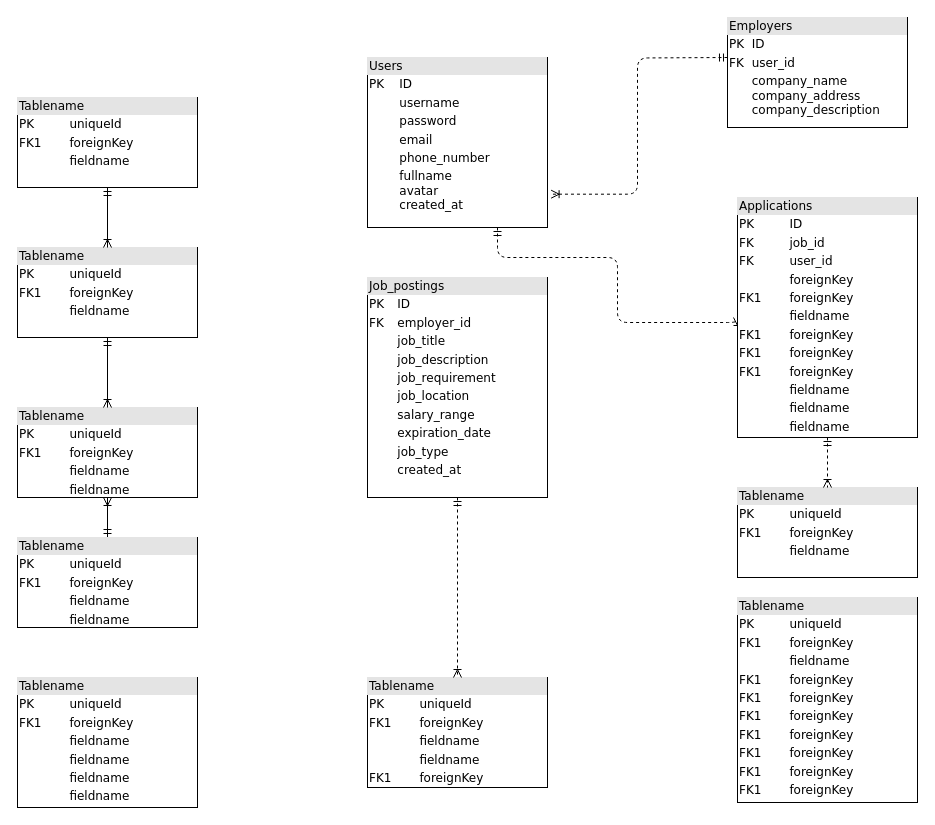
Before: Biểu đồ không có tiêu đề.drawio in maihoang123/test, a draw.io diagram. Source tidied: cells renumbered, new cells numbered last; positions are measured from the earlier drawing's top-left corner, leaving out a move shared by most shapes. Both pictures are drawn from the tidied source at 100%, with x=0, y=0 at pixel (17, 17).
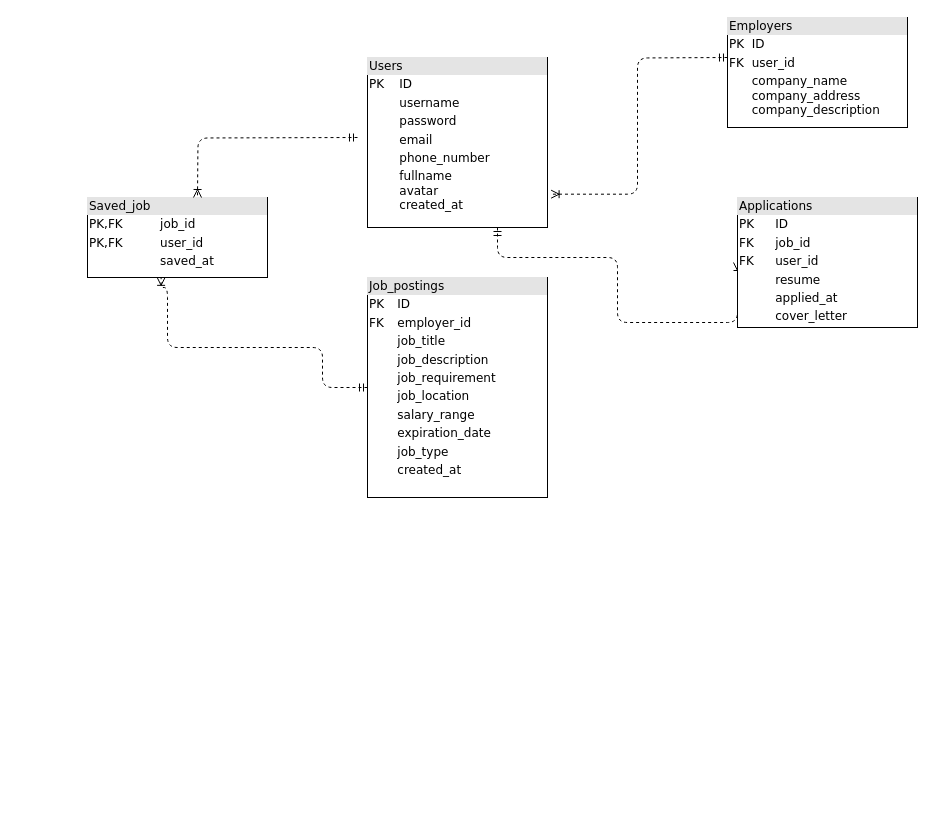
After the change.

Commit message:
Cập nhật Biểu đồ không có tiêu đề.drawio

Unchanged cells that the change refers to:
```xml
<mxCell id="13" value="&lt;div style=&quot;box-sizing: border-box ; width: 100% ; background: #e4e4e4 ; padding: 2px&quot;&gt;Job_postings&lt;/div&gt;&lt;table style=&quot;width: 100% ; font-size: 1em&quot; cellpadding=&quot;2&quot; cellspacing=&quot;0&quot;&gt;&lt;tbody&gt;&lt;tr&gt;&lt;td&gt;PK&lt;/td&gt;&lt;td&gt;ID&lt;/td&gt;&lt;/tr&gt;&lt;tr&gt;&lt;td&gt;FK&lt;/td&gt;&lt;td&gt;employer_id&lt;/td&gt;&lt;/tr&gt;&lt;tr&gt;&lt;td&gt;&lt;/td&gt;&lt;td&gt;job_title&lt;/td&gt;&lt;/tr&gt;&lt;tr&gt;&lt;td&gt;&lt;br&gt;&lt;/td&gt;&lt;td&gt;job_description&lt;br&gt;&lt;/td&gt;&lt;/tr&gt;&lt;tr&gt;&lt;td&gt;&lt;br&gt;&lt;/td&gt;&lt;td&gt;job_requirement&lt;br&gt;&lt;/td&gt;&lt;/tr&gt;&lt;tr&gt;&lt;td&gt;&lt;br&gt;&lt;/td&gt;&lt;td&gt;job_location&lt;br&gt;&lt;/td&gt;&lt;/tr&gt;&lt;tr&gt;&lt;td&gt;&lt;br&gt;&lt;/td&gt;&lt;td&gt;salary_range&lt;br&gt;&lt;/td&gt;&lt;/tr&gt;&lt;tr&gt;&lt;td&gt;&lt;br&gt;&lt;/td&gt;&lt;td&gt;expiration_date&lt;/td&gt;&lt;/tr&gt;&lt;tr&gt;&lt;td&gt;&lt;br&gt;&lt;/td&gt;&lt;td&gt;job_type&lt;br&gt;&lt;/td&gt;&lt;/tr&gt;&lt;tr&gt;&lt;td&gt;&lt;br&gt;&lt;/td&gt;&lt;td&gt;created_at&lt;/td&gt;&lt;/tr&gt;&lt;tr&gt;&lt;td&gt;&lt;br&gt;&lt;/td&gt;&lt;td&gt;&lt;br&gt;&lt;/td&gt;&lt;/tr&gt;&lt;tr&gt;&lt;td&gt;&lt;br&gt;&lt;/td&gt;&lt;td&gt;&lt;br&gt;&lt;/td&gt;&lt;/tr&gt;&lt;tr&gt;&lt;td&gt;&lt;br&gt;&lt;/td&gt;&lt;td&gt;&lt;br&gt;&lt;/td&gt;&lt;/tr&gt;&lt;tr&gt;&lt;td&gt;&lt;br&gt;&lt;/td&gt;&lt;td&gt;&lt;br&gt;&lt;/td&gt;&lt;/tr&gt;&lt;tr&gt;&lt;td&gt;&lt;br&gt;&lt;/td&gt;&lt;td&gt;&lt;br&gt;&lt;/td&gt;&lt;/tr&gt;&lt;tr&gt;&lt;td&gt;&lt;br&gt;&lt;/td&gt;&lt;td&gt;&lt;br&gt;&lt;/td&gt;&lt;/tr&gt;&lt;tr&gt;&lt;td&gt;&lt;br&gt;&lt;/td&gt;&lt;td&gt;&lt;br&gt;&lt;/td&gt;&lt;/tr&gt;&lt;/tbody&gt;&lt;/table&gt;" style="verticalAlign=top;align=left;overflow=fill;html=1;rounded=0;shadow=0;comic=0;labelBackgroundColor=none;strokeWidth=1;fontFamily=Verdana;fontSize=12;" parent="1" vertex="1">
  <mxGeometry x="350" y="260" width="180" height="220" as="geometry" />
</mxCell>
```

The edit, as a diff of the source:
```diff
@@
-    <mxCell id="2" value="&lt;div style=&quot;box-sizing:border-box;width:100%;background:#e4e4e4;padding:2px;&quot;&gt;Tablename&lt;/div&gt;&lt;table style=&quot;width:100%;font-size:1em;&quot; cellpadding=&quot;2&quot; cellspacing=&quot;0&quot;&gt;&lt;tr&gt;&lt;td&gt;PK&lt;/td&gt;&lt;td&gt;uniqueId&lt;/td&gt;&lt;/tr&gt;&lt;tr&gt;&lt;td&gt;FK1&lt;/td&gt;&lt;td&gt;foreignKey&lt;/td&gt;&lt;/tr&gt;&lt;tr&gt;&lt;td&gt;&lt;/td&gt;&lt;td&gt;fieldname&lt;/td&gt;&lt;/tr&gt;&lt;/table&gt;" style="verticalAlign=top;align=left;overflow=fill;html=1;rounded=0;shadow=0;comic=0;labelBackgroundColor=none;strokeWidth=1;fontFamily=Verdana;fontSize=12;" parent="1" vertex="1">
-      <mxGeometry y="80" width="180" height="90" as="geometry" />
-    </mxCell>
@@
-    <mxCell id="5" style="edgeStyle=orthogonalEdgeStyle;html=1;labelBackgroundColor=none;startArrow=ERmandOne;endArrow=ERoneToMany;fontFamily=Verdana;fontSize=12;align=left;" parent="1" edge="1" source="6" target="7">
-      <mxGeometry relative="1" as="geometry" />
-    </mxCell>
-    <mxCell id="6" value="&lt;div style=&quot;box-sizing: border-box ; width: 100% ; background: #e4e4e4 ; padding: 2px&quot;&gt;Tablename&lt;/div&gt;&lt;table style=&quot;width: 100% ; font-size: 1em&quot; cellpadding=&quot;2&quot; cellspacing=&quot;0&quot;&gt;&lt;tbody&gt;&lt;tr&gt;&lt;td&gt;PK&lt;/td&gt;&lt;td&gt;uniqueId&lt;/td&gt;&lt;/tr&gt;&lt;tr&gt;&lt;td&gt;FK1&lt;/td&gt;&lt;td&gt;foreignKey&lt;/td&gt;&lt;/tr&gt;&lt;tr&gt;&lt;td&gt;&lt;/td&gt;&lt;td&gt;fieldname&lt;/td&gt;&lt;/tr&gt;&lt;tr&gt;&lt;td&gt;&lt;br&gt;&lt;/td&gt;&lt;td&gt;fieldname&lt;br&gt;&lt;/td&gt;&lt;/tr&gt;&lt;/tbody&gt;&lt;/table&gt;" style="verticalAlign=top;align=left;overflow=fill;html=1;rounded=0;shadow=0;comic=0;labelBackgroundColor=none;strokeWidth=1;fontFamily=Verdana;fontSize=12;" parent="1" vertex="1">
-      <mxGeometry y="520" width="180" height="90" as="geometry" />
-    </mxCell>
-    <mxCell id="7" value="&lt;div style=&quot;box-sizing: border-box ; width: 100% ; background: #e4e4e4 ; padding: 2px&quot;&gt;Tablename&lt;/div&gt;&lt;table style=&quot;width: 100% ; font-size: 1em&quot; cellpadding=&quot;2&quot; cellspacing=&quot;0&quot;&gt;&lt;tbody&gt;&lt;tr&gt;&lt;td&gt;PK&lt;/td&gt;&lt;td&gt;uniqueId&lt;/td&gt;&lt;/tr&gt;&lt;tr&gt;&lt;td&gt;FK1&lt;/td&gt;&lt;td&gt;foreignKey&lt;/td&gt;&lt;/tr&gt;&lt;tr&gt;&lt;td&gt;&lt;/td&gt;&lt;td&gt;fieldname&lt;/td&gt;&lt;/tr&gt;&lt;tr&gt;&lt;td&gt;&lt;br&gt;&lt;/td&gt;&lt;td&gt;fieldname&lt;br&gt;&lt;/td&gt;&lt;/tr&gt;&lt;/tbody&gt;&lt;/table&gt;" style="verticalAlign=top;align=left;overflow=fill;html=1;rounded=0;shadow=0;comic=0;labelBackgroundColor=none;strokeWidth=1;fontFamily=Verdana;fontSize=12;" parent="1" vertex="1">
-      <mxGeometry y="390" width="180" height="90" as="geometry" />
-    </mxCell>
-    <mxCell id="8" style="edgeStyle=orthogonalEdgeStyle;html=1;entryX=0.5;entryY=0;labelBackgroundColor=none;startArrow=ERmandOne;endArrow=ERoneToMany;fontFamily=Verdana;fontSize=12;align=left;" parent="1" edge="1" source="9" target="7">
-      <mxGeometry relative="1" as="geometry" />
-    </mxCell>
-    <mxCell id="9" value="&lt;div style=&quot;box-sizing:border-box;width:100%;background:#e4e4e4;padding:2px;&quot;&gt;Tablename&lt;/div&gt;&lt;table style=&quot;width:100%;font-size:1em;&quot; cellpadding=&quot;2&quot; cellspacing=&quot;0&quot;&gt;&lt;tr&gt;&lt;td&gt;PK&lt;/td&gt;&lt;td&gt;uniqueId&lt;/td&gt;&lt;/tr&gt;&lt;tr&gt;&lt;td&gt;FK1&lt;/td&gt;&lt;td&gt;foreignKey&lt;/td&gt;&lt;/tr&gt;&lt;tr&gt;&lt;td&gt;&lt;/td&gt;&lt;td&gt;fieldname&lt;/td&gt;&lt;/tr&gt;&lt;/table&gt;" style="verticalAlign=top;align=left;overflow=fill;html=1;rounded=0;shadow=0;comic=0;labelBackgroundColor=none;strokeWidth=1;fontFamily=Verdana;fontSize=12;" parent="1" vertex="1">
-      <mxGeometry y="230" width="180" height="90" as="geometry" />
-    </mxCell>
-    <mxCell id="10" value="&lt;div style=&quot;box-sizing: border-box ; width: 100% ; background: #e4e4e4 ; padding: 2px&quot;&gt;Tablename&lt;/div&gt;&lt;table style=&quot;width: 100% ; font-size: 1em&quot; cellpadding=&quot;2&quot; cellspacing=&quot;0&quot;&gt;&lt;tbody&gt;&lt;tr&gt;&lt;td&gt;PK&lt;/td&gt;&lt;td&gt;uniqueId&lt;/td&gt;&lt;/tr&gt;&lt;tr&gt;&lt;td&gt;FK1&lt;/td&gt;&lt;td&gt;foreignKey&lt;/td&gt;&lt;/tr&gt;&lt;tr&gt;&lt;td&gt;&lt;/td&gt;&lt;td&gt;fieldname&lt;/td&gt;&lt;/tr&gt;&lt;tr&gt;&lt;td&gt;FK1&lt;br&gt;&lt;/td&gt;&lt;td&gt;foreignKey&lt;br&gt;&lt;/td&gt;&lt;/tr&gt;&lt;tr&gt;&lt;td&gt;FK1&lt;br&gt;&lt;/td&gt;&lt;td&gt;foreignKey&lt;br&gt;&lt;/td&gt;&lt;/tr&gt;&lt;tr&gt;&lt;td&gt;FK1&lt;br&gt;&lt;/td&gt;&lt;td&gt;foreignKey&lt;br&gt;&lt;/td&gt;&lt;/tr&gt;&lt;tr&gt;&lt;td&gt;FK1&lt;br&gt;&lt;/td&gt;&lt;td&gt;foreignKey&lt;br&gt;&lt;/td&gt;&lt;/tr&gt;&lt;tr&gt;&lt;td&gt;FK1&lt;br&gt;&lt;/td&gt;&lt;td&gt;foreignKey&lt;br&gt;&lt;/td&gt;&lt;/tr&gt;&lt;tr&gt;&lt;td&gt;FK1&lt;br&gt;&lt;/td&gt;&lt;td&gt;foreignKey&lt;br&gt;&lt;/td&gt;&lt;/tr&gt;&lt;tr&gt;&lt;td&gt;FK1&lt;br&gt;&lt;/td&gt;&lt;td&gt;foreignKey&lt;br&gt;&lt;/td&gt;&lt;/tr&gt;&lt;/tbody&gt;&lt;/table&gt;" style="verticalAlign=top;align=left;overflow=fill;html=1;rounded=0;shadow=0;comic=0;labelBackgroundColor=none;strokeWidth=1;fontFamily=Verdana;fontSize=12;" parent="1" vertex="1">
-      <mxGeometry x="720" y="580" width="180" height="205" as="geometry" />
-    </mxCell>
-    <mxCell id="11" value="&lt;div style=&quot;box-sizing: border-box ; width: 100% ; background: #e4e4e4 ; padding: 2px&quot;&gt;Tablename&lt;/div&gt;&lt;table style=&quot;width: 100% ; font-size: 1em&quot; cellpadding=&quot;2&quot; cellspacing=&quot;0&quot;&gt;&lt;tbody&gt;&lt;tr&gt;&lt;td&gt;PK&lt;/td&gt;&lt;td&gt;uniqueId&lt;/td&gt;&lt;/tr&gt;&lt;tr&gt;&lt;td&gt;FK1&lt;/td&gt;&lt;td&gt;foreignKey&lt;/td&gt;&lt;/tr&gt;&lt;tr&gt;&lt;td&gt;&lt;/td&gt;&lt;td&gt;fieldname&lt;/td&gt;&lt;/tr&gt;&lt;tr&gt;&lt;td&gt;&lt;br&gt;&lt;/td&gt;&lt;td&gt;fieldname&lt;br&gt;&lt;/td&gt;&lt;/tr&gt;&lt;tr&gt;&lt;td&gt;FK1&lt;br&gt;&lt;/td&gt;&lt;td&gt;foreignKey&lt;br&gt;&lt;/td&gt;&lt;/tr&gt;&lt;/tbody&gt;&lt;/table&gt;" style="verticalAlign=top;align=left;overflow=fill;html=1;rounded=0;shadow=0;comic=0;labelBackgroundColor=none;strokeWidth=1;fontFamily=Verdana;fontSize=12;" parent="1" vertex="1">
-      <mxGeometry x="350" y="660" width="180" height="110" as="geometry" />
+    <mxCell id="11" value="&lt;div style=&quot;box-sizing: border-box ; width: 100% ; background: #e4e4e4 ; padding: 2px&quot;&gt;Saved_job&lt;/div&gt;&lt;table style=&quot;width: 100% ; font-size: 1em&quot; cellpadding=&quot;2&quot; cellspacing=&quot;0&quot;&gt;&lt;tbody&gt;&lt;tr&gt;&lt;td&gt;PK,FK&lt;/td&gt;&lt;td&gt;job_id&lt;/td&gt;&lt;/tr&gt;&lt;tr&gt;&lt;td&gt;PK,FK&lt;/td&gt;&lt;td&gt;user_id&lt;/td&gt;&lt;/tr&gt;&lt;tr&gt;&lt;td&gt;&lt;/td&gt;&lt;td&gt;saved_at&lt;/td&gt;&lt;/tr&gt;&lt;tr&gt;&lt;td&gt;&lt;br&gt;&lt;/td&gt;&lt;td&gt;&lt;br&gt;&lt;/td&gt;&lt;/tr&gt;&lt;tr&gt;&lt;td&gt;&lt;br&gt;&lt;/td&gt;&lt;td&gt;&lt;br&gt;&lt;/td&gt;&lt;/tr&gt;&lt;/tbody&gt;&lt;/table&gt;" style="verticalAlign=top;align=left;overflow=fill;html=1;rounded=0;shadow=0;comic=0;labelBackgroundColor=none;strokeWidth=1;fontFamily=Verdana;fontSize=12;" parent="1" vertex="1">
+      <mxGeometry x="70" y="180" width="180" height="80" as="geometry" />
     </mxCell>
-    <mxCell id="12" style="edgeStyle=orthogonalEdgeStyle;html=1;entryX=0.5;entryY=0;labelBackgroundColor=none;startArrow=ERmandOne;endArrow=ERoneToMany;fontFamily=Verdana;fontSize=12;align=left;dashed=1;" parent="1" edge="1" source="13" target="11">
-      <mxGeometry relative="1" as="geometry" />
+    <mxCell id="12" style="edgeStyle=orthogonalEdgeStyle;html=1;entryX=0.409;entryY=0.998;labelBackgroundColor=none;startArrow=ERmandOne;endArrow=ERoneToMany;fontFamily=Verdana;fontSize=12;align=left;dashed=1;entryDx=0;entryDy=0;entryPerimeter=0;" parent="1" edge="1" source="13" target="11">
+      <mxGeometry relative="1" as="geometry">
+        <Array as="points">
+          <mxPoint x="305" y="370" />
+          <mxPoint x="305" y="330" />
+          <mxPoint x="150" y="330" />
+          <mxPoint x="150" y="270" />
+          <mxPoint x="144" y="270" />
+        </Array>
+      </mxGeometry>
     </mxCell>
@@
-    <mxCell id="14" value="&lt;div style=&quot;box-sizing:border-box;width:100%;background:#e4e4e4;padding:2px;&quot;&gt;Tablename&lt;/div&gt;&lt;table style=&quot;width:100%;font-size:1em;&quot; cellpadding=&quot;2&quot; cellspacing=&quot;0&quot;&gt;&lt;tr&gt;&lt;td&gt;PK&lt;/td&gt;&lt;td&gt;uniqueId&lt;/td&gt;&lt;/tr&gt;&lt;tr&gt;&lt;td&gt;FK1&lt;/td&gt;&lt;td&gt;foreignKey&lt;/td&gt;&lt;/tr&gt;&lt;tr&gt;&lt;td&gt;&lt;/td&gt;&lt;td&gt;fieldname&lt;/td&gt;&lt;/tr&gt;&lt;/table&gt;" style="verticalAlign=top;align=left;overflow=fill;html=1;rounded=0;shadow=0;comic=0;labelBackgroundColor=none;strokeWidth=1;fontFamily=Verdana;fontSize=12;" parent="1" vertex="1">
-      <mxGeometry x="720" y="470" width="180" height="90" as="geometry" />
-    </mxCell>
-    <mxCell id="15" style="edgeStyle=orthogonalEdgeStyle;html=1;entryX=0.5;entryY=0;dashed=1;labelBackgroundColor=none;startArrow=ERmandOne;endArrow=ERoneToMany;fontFamily=Verdana;fontSize=12;align=left;" parent="1" edge="1" source="16" target="14">
-      <mxGeometry relative="1" as="geometry" />
-    </mxCell>
-    <mxCell id="16" value="&lt;div style=&quot;box-sizing: border-box ; width: 100% ; background: #e4e4e4 ; padding: 2px&quot;&gt;Applications&lt;/div&gt;&lt;table style=&quot;width: 100% ; font-size: 1em&quot; cellpadding=&quot;2&quot; cellspacing=&quot;0&quot;&gt;&lt;tbody&gt;&lt;tr&gt;&lt;td&gt;PK&lt;/td&gt;&lt;td&gt;ID&lt;/td&gt;&lt;/tr&gt;&lt;tr&gt;&lt;td&gt;FK&lt;/td&gt;&lt;td&gt;job_id&lt;/td&gt;&lt;/tr&gt;&lt;tr&gt;&lt;td&gt;FK&lt;/td&gt;&lt;td&gt;user_id&lt;/td&gt;&lt;/tr&gt;&lt;tr&gt;&lt;td&gt;&lt;br&gt;&lt;/td&gt;&lt;td&gt;foreignKey&lt;br&gt;&lt;/td&gt;&lt;/tr&gt;&lt;tr&gt;&lt;td&gt;FK1&lt;br&gt;&lt;/td&gt;&lt;td&gt;foreignKey&lt;br&gt;&lt;/td&gt;&lt;/tr&gt;&lt;tr&gt;&lt;td&gt;&lt;br&gt;&lt;/td&gt;&lt;td&gt;fieldname&lt;br&gt;&lt;/td&gt;&lt;/tr&gt;&lt;tr&gt;&lt;td&gt;FK1&lt;br&gt;&lt;/td&gt;&lt;td&gt;foreignKey&lt;br&gt;&lt;/td&gt;&lt;/tr&gt;&lt;tr&gt;&lt;td&gt;FK1&lt;br&gt;&lt;/td&gt;&lt;td&gt;foreignKey&lt;br&gt;&lt;/td&gt;&lt;/tr&gt;&lt;tr&gt;&lt;td&gt;FK1&lt;br&gt;&lt;/td&gt;&lt;td&gt;foreignKey&lt;br&gt;&lt;/td&gt;&lt;/tr&gt;&lt;tr&gt;&lt;td&gt;&lt;br&gt;&lt;/td&gt;&lt;td&gt;fieldname&lt;br&gt;&lt;/td&gt;&lt;/tr&gt;&lt;tr&gt;&lt;td&gt;&lt;br&gt;&lt;/td&gt;&lt;td&gt;fieldname&lt;br&gt;&lt;/td&gt;&lt;/tr&gt;&lt;tr&gt;&lt;td&gt;&lt;br&gt;&lt;/td&gt;&lt;td&gt;fieldname&lt;br&gt;&lt;/td&gt;&lt;/tr&gt;&lt;/tbody&gt;&lt;/table&gt;" style="verticalAlign=top;align=left;overflow=fill;html=1;rounded=0;shadow=0;comic=0;labelBackgroundColor=none;strokeWidth=1;fontFamily=Verdana;fontSize=12;" parent="1" vertex="1">
-      <mxGeometry x="720" y="180" width="180" height="240" as="geometry" />
+    <mxCell id="16" value="&lt;div style=&quot;box-sizing: border-box ; width: 100% ; background: #e4e4e4 ; padding: 2px&quot;&gt;Applications&lt;/div&gt;&lt;table style=&quot;width: 100% ; font-size: 1em&quot; cellpadding=&quot;2&quot; cellspacing=&quot;0&quot;&gt;&lt;tbody&gt;&lt;tr&gt;&lt;td&gt;PK&lt;/td&gt;&lt;td&gt;ID&lt;/td&gt;&lt;/tr&gt;&lt;tr&gt;&lt;td&gt;FK&lt;/td&gt;&lt;td&gt;job_id&lt;/td&gt;&lt;/tr&gt;&lt;tr&gt;&lt;td&gt;FK&lt;/td&gt;&lt;td&gt;user_id&lt;/td&gt;&lt;/tr&gt;&lt;tr&gt;&lt;td&gt;&lt;br&gt;&lt;/td&gt;&lt;td&gt;resume&lt;br&gt;&lt;/td&gt;&lt;/tr&gt;&lt;tr&gt;&lt;td&gt;&lt;br&gt;&lt;/td&gt;&lt;td&gt;applied_at&lt;br&gt;&lt;/td&gt;&lt;/tr&gt;&lt;tr&gt;&lt;td&gt;&lt;br&gt;&lt;/td&gt;&lt;td&gt;cover_letter&lt;/td&gt;&lt;/tr&gt;&lt;tr&gt;&lt;td&gt;&lt;br&gt;&lt;/td&gt;&lt;td&gt;&lt;br&gt;&lt;/td&gt;&lt;/tr&gt;&lt;tr&gt;&lt;td&gt;&lt;br&gt;&lt;/td&gt;&lt;td&gt;&lt;br&gt;&lt;/td&gt;&lt;/tr&gt;&lt;tr&gt;&lt;td&gt;&lt;br&gt;&lt;/td&gt;&lt;td&gt;&lt;br&gt;&lt;/td&gt;&lt;/tr&gt;&lt;tr&gt;&lt;td&gt;&lt;br&gt;&lt;/td&gt;&lt;td&gt;&lt;br&gt;&lt;/td&gt;&lt;/tr&gt;&lt;tr&gt;&lt;td&gt;&lt;br&gt;&lt;/td&gt;&lt;td&gt;&lt;br&gt;&lt;/td&gt;&lt;/tr&gt;&lt;tr&gt;&lt;td&gt;&lt;br&gt;&lt;/td&gt;&lt;td&gt;&lt;br&gt;&lt;/td&gt;&lt;/tr&gt;&lt;/tbody&gt;&lt;/table&gt;" style="verticalAlign=top;align=left;overflow=fill;html=1;rounded=0;shadow=0;comic=0;labelBackgroundColor=none;strokeWidth=1;fontFamily=Verdana;fontSize=12;" parent="1" vertex="1">
+      <mxGeometry x="720" y="180" width="180" height="130" as="geometry" />
     </mxCell>
@@
-    <mxCell id="18" value="&lt;div style=&quot;box-sizing: border-box ; width: 100% ; background: #e4e4e4 ; padding: 2px&quot;&gt;Tablename&lt;/div&gt;&lt;table style=&quot;width: 100% ; font-size: 1em&quot; cellpadding=&quot;2&quot; cellspacing=&quot;0&quot;&gt;&lt;tbody&gt;&lt;tr&gt;&lt;td&gt;PK&lt;/td&gt;&lt;td&gt;uniqueId&lt;/td&gt;&lt;/tr&gt;&lt;tr&gt;&lt;td&gt;FK1&lt;/td&gt;&lt;td&gt;foreignKey&lt;/td&gt;&lt;/tr&gt;&lt;tr&gt;&lt;td&gt;&lt;/td&gt;&lt;td&gt;fieldname&lt;/td&gt;&lt;/tr&gt;&lt;tr&gt;&lt;td&gt;&lt;br&gt;&lt;/td&gt;&lt;td&gt;fieldname&lt;br&gt;&lt;/td&gt;&lt;/tr&gt;&lt;tr&gt;&lt;td&gt;&lt;br&gt;&lt;/td&gt;&lt;td&gt;fieldname&lt;br&gt;&lt;/td&gt;&lt;/tr&gt;&lt;tr&gt;&lt;td&gt;&lt;br&gt;&lt;/td&gt;&lt;td&gt;fieldname&lt;br&gt;&lt;/td&gt;&lt;/tr&gt;&lt;/tbody&gt;&lt;/table&gt;" style="verticalAlign=top;align=left;overflow=fill;html=1;rounded=0;shadow=0;comic=0;labelBackgroundColor=none;strokeWidth=1;fontFamily=Verdana;fontSize=12;" parent="1" vertex="1">
-      <mxGeometry y="660" width="180" height="130" as="geometry" />
-    </mxCell>
-    <mxCell id="19" style="edgeStyle=orthogonalEdgeStyle;html=1;endArrow=ERoneToMany;startArrow=ERmandOne;labelBackgroundColor=none;fontFamily=Verdana;fontSize=12;align=left;exitX=0.5;exitY=1;entryX=0.5;entryY=0;" parent="1" edge="1" source="2" target="9">
-      <mxGeometry relative="1" as="geometry" />
-    </mxCell>
@@
+    <mxCell id="21" style="edgeStyle=orthogonalEdgeStyle;html=1;entryX=0.5;entryY=0;dashed=1;labelBackgroundColor=none;startArrow=ERmandOne;endArrow=ERoneToMany;fontFamily=Verdana;fontSize=12;align=left;" parent="1" edge="1">
+      <mxGeometry relative="1" as="geometry">
+        <mxPoint x="340" y="120" as="sourcePoint" />
+        <mxPoint x="180" y="180" as="targetPoint" />
+      </mxGeometry>
+    </mxCell>
```
